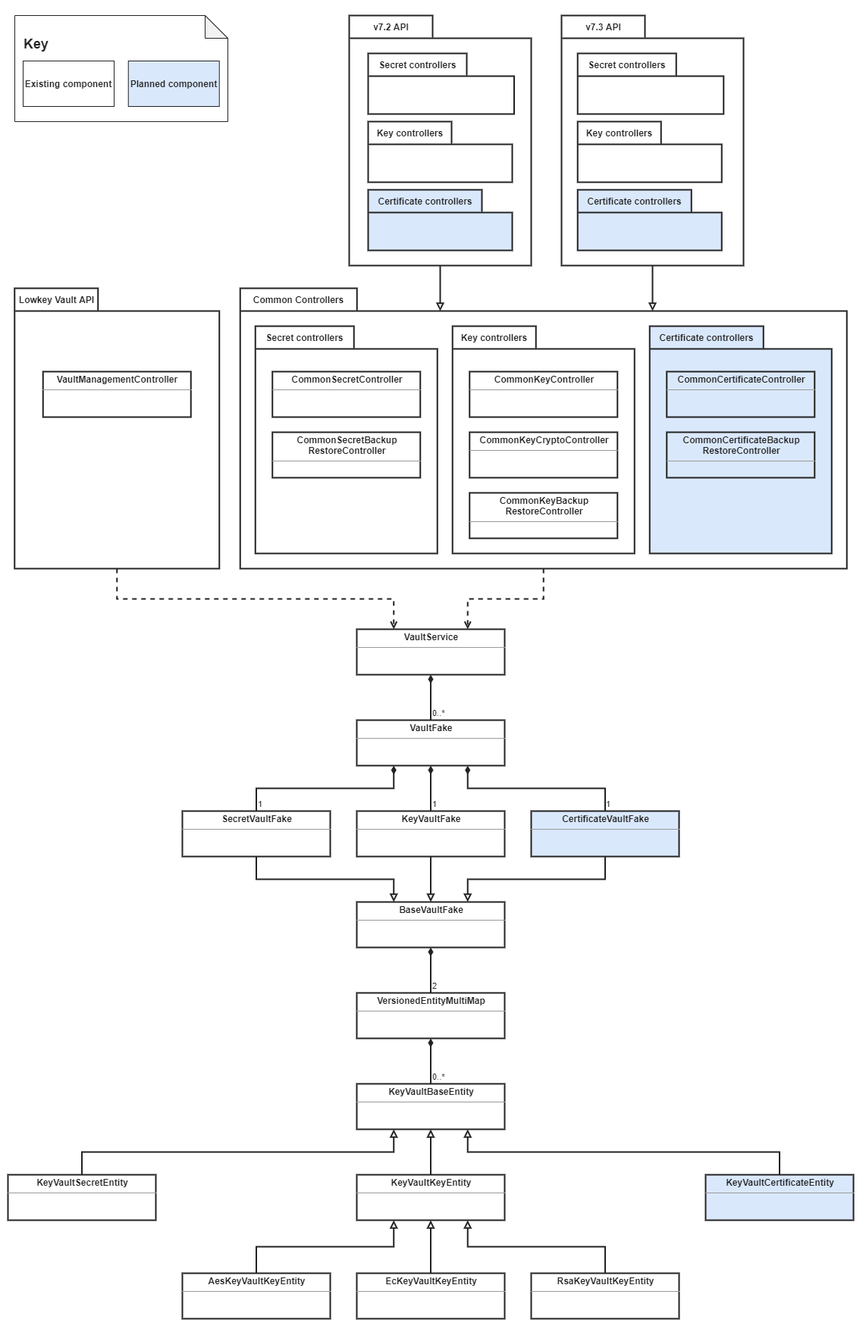
Before: .github/assets/LowkeyVaultArchitecture-Classes.png, a diagram exported from draw.io (nagyesta/lowkey-vault). Source tidied: cells renumbered, new cells last; positions are measured from the earlier drawing's top-left corner, leaving out a move shared by most shapes.
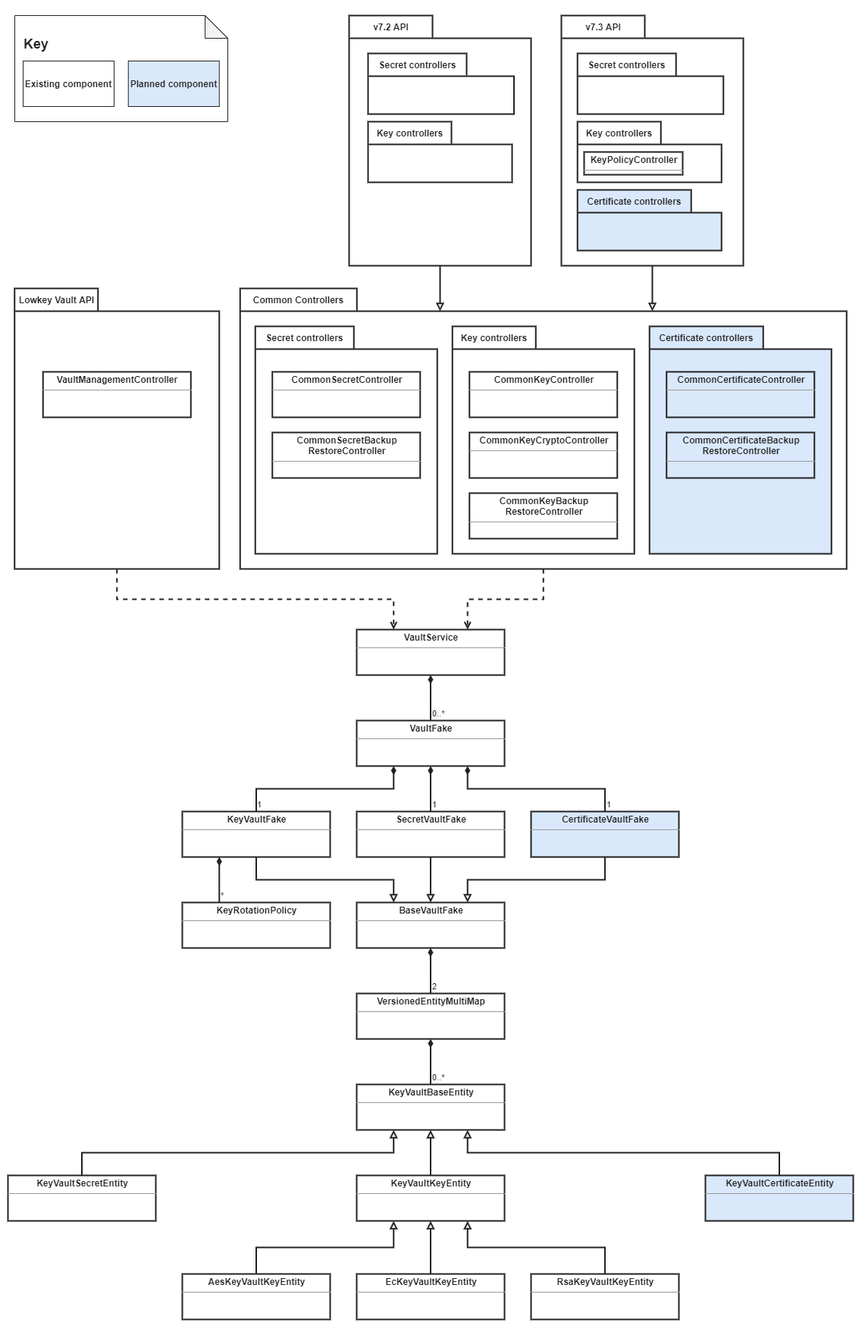
Later version of the same file.

Diff of the diagram source:
```diff
@@ -14,13 +14,13 @@
     <mxCell id="5" value="&lt;p style=&quot;margin: 0px ; margin-top: 4px ; text-align: center&quot;&gt;&lt;b&gt;VaultFake&lt;/b&gt;&lt;/p&gt;&lt;hr size=&quot;1&quot;&gt;&lt;div style=&quot;height: 2px&quot;&gt;&lt;/div&gt;" style="verticalAlign=top;align=left;overflow=fill;fontSize=12;fontFamily=Helvetica;html=1;strokeWidth=2;fillColor=#FFFFFF;strokeColor=#222222;fontColor=#222222;" parent="1" vertex="1">
       <mxGeometry x="470" y="950" width="195" height="60" as="geometry" />
     </mxCell>
-    <mxCell id="6" value="&lt;p style=&quot;margin: 0px ; margin-top: 4px ; text-align: center&quot;&gt;&lt;b&gt;KeyVaultFake&lt;/b&gt;&lt;/p&gt;&lt;hr size=&quot;1&quot;&gt;&lt;div style=&quot;height: 2px&quot;&gt;&lt;/div&gt;" style="verticalAlign=top;align=left;overflow=fill;fontSize=12;fontFamily=Helvetica;html=1;strokeWidth=2;fillColor=#FFFFFF;strokeColor=#222222;fontColor=#222222;" parent="1" vertex="1">
+    <mxCell id="6" value="&lt;p style=&quot;margin: 0px ; margin-top: 4px ; text-align: center&quot;&gt;&lt;b&gt;SecretVaultFake&lt;/b&gt;&lt;/p&gt;&lt;hr size=&quot;1&quot;&gt;&lt;div style=&quot;height: 2px&quot;&gt;&lt;/div&gt;" style="verticalAlign=top;align=left;overflow=fill;fontSize=12;fontFamily=Helvetica;html=1;strokeWidth=2;fillColor=#FFFFFF;strokeColor=#222222;fontColor=#222222;" parent="1" vertex="1">
       <mxGeometry x="470" y="1070" width="195" height="60" as="geometry" />
     </mxCell>
     <mxCell id="7" style="edgeStyle=orthogonalEdgeStyle;rounded=0;jettySize=auto;html=1;exitX=0.5;exitY=1;exitDx=0;exitDy=0;entryX=0.25;entryY=0;entryDx=0;entryDy=0;startArrow=none;startFill=0;endArrow=block;endFill=0;strokeWidth=2;strokeColor=#222222;fontColor=#222222;" parent="1" edge="1" source="8" target="10">
       <mxGeometry relative="1" as="geometry" />
     </mxCell>
-    <mxCell id="8" value="&lt;p style=&quot;margin: 0px ; margin-top: 4px ; text-align: center&quot;&gt;&lt;b&gt;SecretVaultFake&lt;/b&gt;&lt;/p&gt;&lt;hr size=&quot;1&quot;&gt;&lt;div style=&quot;height: 2px&quot;&gt;&lt;/div&gt;" style="verticalAlign=top;align=left;overflow=fill;fontSize=12;fontFamily=Helvetica;html=1;strokeWidth=2;fillColor=#FFFFFF;strokeColor=#222222;fontColor=#222222;" parent="1" vertex="1">
+    <mxCell id="8" value="&lt;p style=&quot;margin: 0px ; margin-top: 4px ; text-align: center&quot;&gt;&lt;b&gt;KeyVaultFake&lt;/b&gt;&lt;/p&gt;&lt;hr size=&quot;1&quot;&gt;&lt;div style=&quot;height: 2px&quot;&gt;&lt;/div&gt;" style="verticalAlign=top;align=left;overflow=fill;fontSize=12;fontFamily=Helvetica;html=1;strokeWidth=2;fillColor=#FFFFFF;strokeColor=#222222;fontColor=#222222;" parent="1" vertex="1">
       <mxGeometry x="240" y="1070" width="195" height="60" as="geometry" />
     </mxCell>
     <mxCell id="9" value="2" style="edgeStyle=orthogonalEdgeStyle;rounded=0;jettySize=auto;html=1;entryX=0.5;entryY=0;entryDx=0;entryDy=0;startArrow=diamondThin;startFill=1;endArrow=none;endFill=0;strokeWidth=2;labelPosition=right;verticalLabelPosition=top;align=left;verticalAlign=bottom;strokeColor=#222222;fontColor=#222222;" parent="1" edge="1" source="10" target="16">
@@ -154,9 +154,6 @@
     <mxCell id="50" value="Key controllers" style="shape=folder;fontStyle=1;tabWidth=110;tabHeight=30;tabPosition=left;html=1;boundedLbl=1;labelInHeader=1;strokeWidth=2;fillColor=#FFFFFF;strokeColor=#222222;fontColor=#222222;" parent="1" vertex="1">
       <mxGeometry x="485" y="160" width="190" height="80" as="geometry" />
     </mxCell>
-    <mxCell id="51" value="Certificate controllers" style="shape=folder;fontStyle=1;tabWidth=150;tabHeight=30;tabPosition=left;html=1;boundedLbl=1;labelInHeader=1;strokeWidth=2;strokeColor=#222222;fontColor=#222222;sketch=0;fillColor=#DAE8FC;" parent="1" vertex="1">
-      <mxGeometry x="485" y="250" width="190" height="80" as="geometry" />
-    </mxCell>
     <mxCell id="52" value="Secret controllers" style="shape=folder;fontStyle=1;tabWidth=130;tabHeight=30;tabPosition=left;html=1;boundedLbl=1;labelInHeader=1;strokeWidth=2;fillColor=#FFFFFF;strokeColor=#222222;fontColor=#222222;" parent="1" vertex="1">
       <mxGeometry x="485" y="70" width="192.5" height="80" as="geometry" />
     </mxCell>
@@ -191,5 +188,14 @@
     <mxCell id="61" value="Planned component" style="rounded=0;whiteSpace=wrap;html=1;fontSize=12;fontStyle=1;strokeColor=#222222;fontColor=#222222;sketch=0;fillColor=#DAE8FC;" parent="1" vertex="1">
       <mxGeometry x="168.8" y="80" width="120" height="60" as="geometry" />
     </mxCell>
+    <mxCell id="62" value="*" style="edgeStyle=orthogonalEdgeStyle;rounded=0;jettySize=auto;html=1;exitX=0.25;exitY=1;exitDx=0;exitDy=0;strokeWidth=2;startArrow=diamondThin;startFill=1;endArrow=none;endFill=0;labelPosition=right;verticalLabelPosition=top;align=left;verticalAlign=bottom;entryX=0.25;entryY=0;entryDx=0;entryDy=0;strokeColor=#222222;fontColor=#222222;" parent="1" edge="1" source="8" target="63">
+      <mxGeometry x="1" relative="1" as="geometry" />
+    </mxCell>
+    <mxCell id="63" value="&lt;p style=&quot;margin: 0px ; margin-top: 4px ; text-align: center&quot;&gt;&lt;b&gt;KeyRotationPolicy&lt;/b&gt;&lt;/p&gt;&lt;hr size=&quot;1&quot;&gt;&lt;div style=&quot;height: 2px&quot;&gt;&lt;/div&gt;" style="verticalAlign=top;align=left;overflow=fill;fontSize=12;fontFamily=Helvetica;html=1;strokeWidth=2;fillColor=#FFFFFF;strokeColor=#222222;fontColor=#222222;" parent="1" vertex="1">
+      <mxGeometry x="240" y="1190" width="195" height="60" as="geometry" />
+    </mxCell>
+    <mxCell id="64" value="&lt;p style=&quot;margin: 0px ; margin-top: 4px ; text-align: center&quot;&gt;&lt;b&gt;KeyPolicyController&lt;/b&gt;&lt;/p&gt;&lt;hr size=&quot;1&quot;&gt;&lt;div style=&quot;height: 2px&quot;&gt;&lt;/div&gt;" style="verticalAlign=top;align=left;overflow=fill;fontSize=12;fontFamily=Helvetica;html=1;strokeWidth=2;fillColor=#FFFFFF;strokeColor=#222222;fontColor=#222222;" parent="1" vertex="1">
+      <mxGeometry x="770" y="200" width="130" height="30" as="geometry" />
+    </mxCell>
   </root>
 </mxGraphModel>
```
